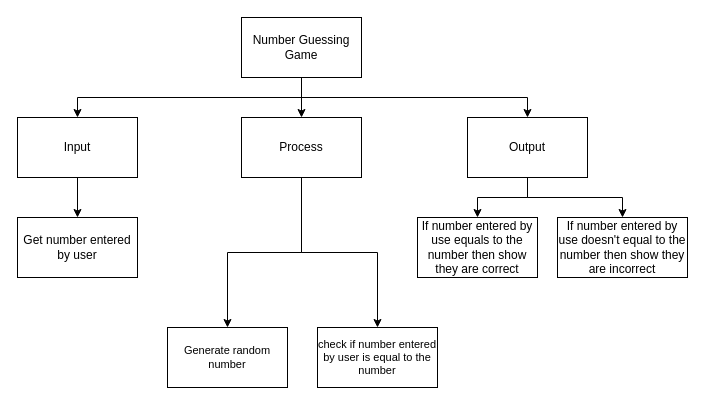
Before: design.drawio in michael-clermont1/ICS3U-Unit4-01-Python, a draw.io diagram. Source tidied: cells renumbered, new cells numbered last; positions are measured from the earlier drawing's top-left corner, leaving out a move shared by most shapes. Both pictures are drawn from the tidied source at 100%, with x=0, y=0 at pixel (17, 17).
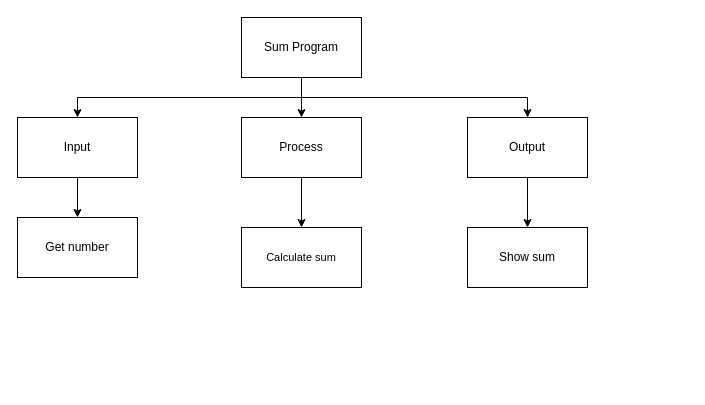
Above is the later version.

Unchanged cells that the change refers to:
```xml
<mxCell id="10" value="Process" style="rounded=0;whiteSpace=wrap;html=1;" parent="1" vertex="1">
  <mxGeometry x="224" y="100" width="120" height="60" as="geometry" />
</mxCell>
<mxCell id="13" value="Output" style="rounded=0;whiteSpace=wrap;html=1;" parent="1" vertex="1">
  <mxGeometry x="450" y="100" width="120" height="60" as="geometry" />
</mxCell>
```

Diff of the diagram source:
```diff
@@
-    <mxCell id="5" value="Number Guessing Game" style="rounded=0;whiteSpace=wrap;html=1;" parent="1" vertex="1">
+    <mxCell id="5" value="Sum Program" style="rounded=0;whiteSpace=wrap;html=1;" parent="1" vertex="1">
       <mxGeometry x="224" width="120" height="60" as="geometry" />
     </mxCell>
@@
-    <mxCell id="8" style="edgeStyle=orthogonalEdgeStyle;html=1;entryX=0.5;entryY=0;entryDx=0;entryDy=0;rounded=0;" parent="1" edge="1" source="10" target="16">
-      <mxGeometry relative="1" as="geometry" />
-    </mxCell>
@@
-    <mxCell id="12" style="edgeStyle=orthogonalEdgeStyle;html=1;entryX=0.5;entryY=0;entryDx=0;entryDy=0;rounded=0;" parent="1" edge="1" source="13" target="17">
-      <mxGeometry relative="1" as="geometry" />
-    </mxCell>
@@
-    <mxCell id="14" value="Get number entered by user" style="rounded=0;whiteSpace=wrap;html=1;" parent="1" vertex="1">
+    <mxCell id="14" value="Get number" style="rounded=0;whiteSpace=wrap;html=1;" parent="1" vertex="1">
       <mxGeometry y="200" width="120" height="60" as="geometry" />
     </mxCell>
-    <mxCell id="15" value="If number entered by use equals to the number then show they are correct" style="rounded=0;whiteSpace=wrap;html=1;" parent="1" vertex="1">
-      <mxGeometry x="400" y="200" width="120" height="60" as="geometry" />
+    <mxCell id="15" value="Show sum" style="rounded=0;whiteSpace=wrap;html=1;" parent="1" vertex="1">
+      <mxGeometry x="450" y="210" width="120" height="60" as="geometry" />
     </mxCell>
-    <mxCell id="16" value="check if number entered by user is equal to the number" style="rounded=0;whiteSpace=wrap;html=1;fontFamily=Helvetica;fontSize=11;fontColor=default;" parent="1" vertex="1">
-      <mxGeometry x="300" y="310" width="120" height="60" as="geometry" />
-    </mxCell>
-    <mxCell id="17" value="If number entered by use doesn't equal to the number then show they are incorrect" style="rounded=0;whiteSpace=wrap;html=1;" parent="1" vertex="1">
-      <mxGeometry x="540" y="200" width="130" height="60" as="geometry" />
-    </mxCell>
-    <mxCell id="18" value="Generate random number" style="rounded=0;whiteSpace=wrap;html=1;fontFamily=Helvetica;fontSize=11;fontColor=default;" parent="1" vertex="1">
-      <mxGeometry x="150" y="310" width="120" height="60" as="geometry" />
+    <mxCell id="18" value="Calculate sum" style="rounded=0;whiteSpace=wrap;html=1;fontFamily=Helvetica;fontSize=11;fontColor=default;" parent="1" vertex="1">
+      <mxGeometry x="224" y="210" width="120" height="60" as="geometry" />
     </mxCell>
```
